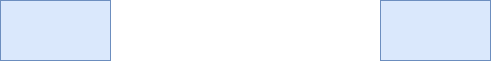
Earlier version of the draw.io export Tareas/Unidad1/Images/ejercicio1.2.drawio.png (WhiteCascade/BAE). Source tidied: cells renumbered, new cells last; positions are measured from the earlier drawing's top-left corner, leaving out a move shared by most shapes.
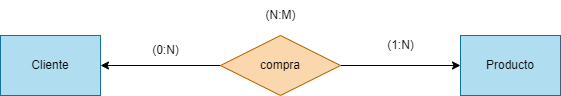
After the change.

Diff of the diagram source:
```diff
@@ -2,11 +2,29 @@
   <root>
     <mxCell id="0" />
     <mxCell id="1" parent="0" />
-    <mxCell id="2" style="rounded=0;whiteSpace=wrap;html=1;fillColor=#dae8fc;strokeColor=#6c8ebf;" parent="1" vertex="1">
-      <mxGeometry width="110" height="60" as="geometry" />
+    <mxCell id="2" value="Cliente" style="rounded=0;whiteSpace=wrap;html=1;fillColor=#b1ddf0;strokeColor=#10739e;" parent="1" vertex="1">
+      <mxGeometry width="100" height="60" as="geometry" />
     </mxCell>
-    <mxCell id="3" style="rounded=0;whiteSpace=wrap;html=1;fillColor=#dae8fc;strokeColor=#6c8ebf;" parent="1" vertex="1">
-      <mxGeometry x="380" width="110" height="60" as="geometry" />
-    </mxCell>
+    <mxCell id="4" style="edgeStyle=none;html=1;" parent="1" edge="1" source="6" target="2">
+      <mxGeometry relative="1" as="geometry" />
+    </mxCell>
+    <mxCell id="5" style="edgeStyle=none;html=1;entryX=0;entryY=0.5;entryDx=0;entryDy=0;" parent="1" edge="1" source="6" target="7">
+      <mxGeometry relative="1" as="geometry" />
+    </mxCell>
+    <mxCell id="6" value="compra" style="rhombus;whiteSpace=wrap;html=1;fillColor=#fad7ac;strokeColor=#b46504;" parent="1" vertex="1">
+      <mxGeometry x="220" width="120" height="60" as="geometry" />
+    </mxCell>
+    <mxCell id="7" value="Producto" style="rounded=0;whiteSpace=wrap;html=1;fillColor=#b1ddf0;strokeColor=#10739e;" parent="1" vertex="1">
+      <mxGeometry x="460" width="100" height="60" as="geometry" />
+    </mxCell>
+    <mxCell id="8" value="(0:N)" style="text;html=1;align=center;verticalAlign=middle;strokeColor=none;fillColor=none;" parent="1" vertex="1">
+      <mxGeometry x="140" width="50" height="30" as="geometry" />
+    </mxCell>
+    <mxCell id="9" value="(1:N)" style="text;html=1;align=center;verticalAlign=middle;strokeColor=none;fillColor=none;" parent="1" vertex="1">
+      <mxGeometry x="375" y="-5" width="50" height="30" as="geometry" />
+    </mxCell>
+    <mxCell id="10" value="(N:M)" style="text;html=1;align=center;verticalAlign=middle;strokeColor=none;fillColor=none;" parent="1" vertex="1">
+      <mxGeometry x="255" y="-35" width="50" height="30" as="geometry" />
+    </mxCell>
   </root>
 </mxGraphModel>
```
